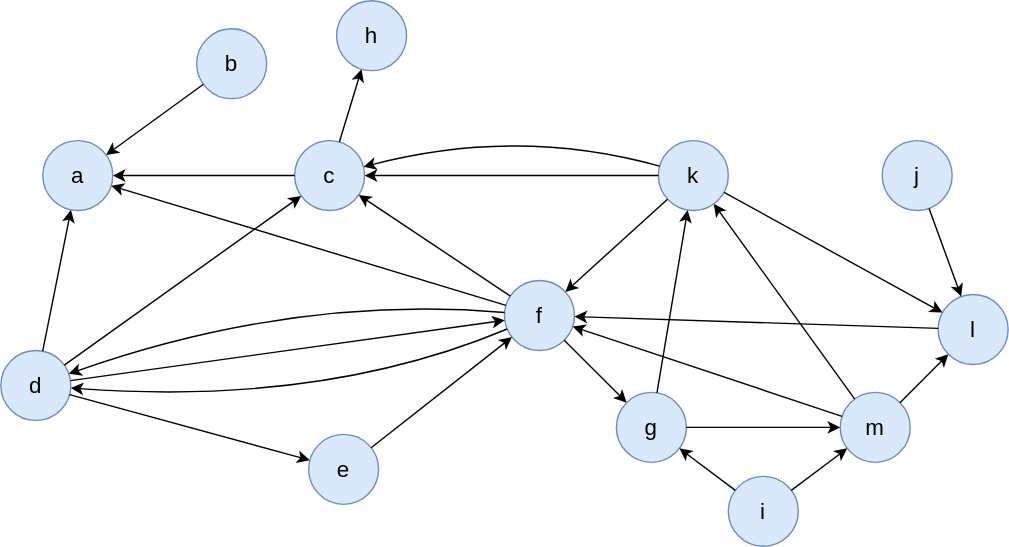
Above: graph-algorithms/pages/graph-structure/images/ktruss-example.drawio.svg in ultipa/ultipa-docs (draw.io), before the change. Source tidied: cells renumbered, new cells last; positions are measured from the earlier drawing's top-left corner, leaving out a move shared by most shapes. The source it was exported from:
```xml
<mxGraphModel>
  <root>
    <mxCell id="0" />
    <mxCell id="1" parent="0" />
    <mxCell id="2" value="b" style="ellipse;whiteSpace=wrap;html=1;fillColor=#dae8fc;strokeColor=#6c8ebf;fontSize=16;" parent="1" vertex="1">
      <mxGeometry x="140" y="20" width="50" height="50" as="geometry" />
    </mxCell>
    <mxCell id="3" value="d" style="ellipse;whiteSpace=wrap;html=1;fillColor=#dae8fc;strokeColor=#6c8ebf;fontSize=16;" parent="1" vertex="1">
      <mxGeometry y="250" width="50" height="50" as="geometry" />
    </mxCell>
    <mxCell id="4" value="a" style="ellipse;whiteSpace=wrap;html=1;fillColor=#dae8fc;strokeColor=#6c8ebf;fontSize=16;" parent="1" vertex="1">
      <mxGeometry x="30" y="100" width="50" height="50" as="geometry" />
    </mxCell>
    <mxCell id="5" style="endArrow=classic;html=1;endFill=1;fontSize=16;" parent="1" edge="1" source="2" target="4">
      <mxGeometry relative="1" as="geometry" />
    </mxCell>
    <mxCell id="6" value="c" style="ellipse;whiteSpace=wrap;html=1;fillColor=#dae8fc;strokeColor=#6c8ebf;fontSize=16;" parent="1" vertex="1">
      <mxGeometry x="210" y="100" width="50" height="50" as="geometry" />
    </mxCell>
    <mxCell id="7" style="endArrow=classic;html=1;endFill=1;fontSize=16;" parent="1" edge="1" source="3" target="6">
      <mxGeometry relative="1" as="geometry" />
    </mxCell>
    <mxCell id="8" style="endArrow=classic;html=1;endFill=1;fontSize=16;" parent="1" edge="1" source="6" target="4">
      <mxGeometry relative="1" as="geometry" />
    </mxCell>
    <mxCell id="9" value="h" style="ellipse;whiteSpace=wrap;html=1;fillColor=#dae8fc;strokeColor=#6c8ebf;fontSize=16;" parent="1" vertex="1">
      <mxGeometry x="240" width="50" height="50" as="geometry" />
    </mxCell>
    <mxCell id="10" value="f" style="ellipse;whiteSpace=wrap;html=1;fillColor=#dae8fc;strokeColor=#6c8ebf;fontSize=16;" parent="1" vertex="1">
      <mxGeometry x="360" y="200" width="50" height="50" as="geometry" />
    </mxCell>
    <mxCell id="11" value="k" style="ellipse;whiteSpace=wrap;html=1;fillColor=#dae8fc;strokeColor=#6c8ebf;fontSize=16;" parent="1" vertex="1">
      <mxGeometry x="470" y="100" width="50" height="50" as="geometry" />
    </mxCell>
    <mxCell id="12" style="endArrow=classic;html=1;endFill=1;fontSize=16;" parent="1" edge="1" source="3" target="4">
      <mxGeometry relative="1" as="geometry" />
    </mxCell>
    <mxCell id="13" style="endArrow=classic;html=1;endFill=1;fontSize=16;" parent="1" edge="1" source="6" target="9">
      <mxGeometry relative="1" as="geometry" />
    </mxCell>
    <mxCell id="14" style="endArrow=classic;html=1;endFill=1;fontSize=16;" parent="1" edge="1" source="10" target="4">
      <mxGeometry relative="1" as="geometry" />
    </mxCell>
    <mxCell id="15" style="endArrow=classic;html=1;endFill=1;fontSize=16;" parent="1" edge="1" source="11" target="6">
      <mxGeometry relative="1" as="geometry" />
    </mxCell>
    <mxCell id="16" style="endArrow=classic;html=1;endFill=1;fontSize=16;" parent="1" edge="1" source="11" target="10">
      <mxGeometry relative="1" as="geometry" />
    </mxCell>
    <mxCell id="17" style="endArrow=classic;html=1;endFill=1;fontSize=16;" parent="1" edge="1" source="3" target="10">
      <mxGeometry relative="1" as="geometry" />
    </mxCell>
    <mxCell id="18" style="endArrow=classic;html=1;endFill=1;fontSize=16;rounded=0;curved=1;" parent="1" edge="1" source="10" target="3">
      <mxGeometry relative="1" as="geometry">
        <Array as="points">
          <mxPoint x="230" y="290" />
        </Array>
      </mxGeometry>
    </mxCell>
    <mxCell id="19" style="endArrow=classic;html=1;endFill=1;fontSize=16;rounded=0;curved=1;" parent="1" edge="1" source="10" target="3">
      <mxGeometry relative="1" as="geometry">
        <Array as="points">
          <mxPoint x="210" y="210" />
        </Array>
      </mxGeometry>
    </mxCell>
    <mxCell id="20" value="e" style="ellipse;whiteSpace=wrap;html=1;fillColor=#dae8fc;strokeColor=#6c8ebf;fontSize=16;" parent="1" vertex="1">
      <mxGeometry x="220" y="310" width="50" height="50" as="geometry" />
    </mxCell>
    <mxCell id="21" style="endArrow=classic;html=1;endFill=1;fontSize=16;" parent="1" edge="1" source="3" target="20">
      <mxGeometry relative="1" as="geometry" />
    </mxCell>
    <mxCell id="22" style="endArrow=classic;html=1;endFill=1;fontSize=16;" parent="1" edge="1" source="20" target="10">
      <mxGeometry relative="1" as="geometry" />
    </mxCell>
    <mxCell id="23" style="endArrow=classic;html=1;endFill=1;fontSize=16;" parent="1" edge="1" source="10" target="6">
      <mxGeometry relative="1" as="geometry" />
    </mxCell>
    <mxCell id="24" style="endArrow=classic;html=1;endFill=1;fontSize=16;rounded=0;curved=1;" parent="1" edge="1" source="11" target="6">
      <mxGeometry relative="1" as="geometry">
        <Array as="points">
          <mxPoint x="370" y="90" />
        </Array>
      </mxGeometry>
    </mxCell>
    <mxCell id="25" value="g" style="ellipse;whiteSpace=wrap;html=1;fillColor=#dae8fc;strokeColor=#6c8ebf;fontSize=16;" parent="1" vertex="1">
      <mxGeometry x="440" y="280" width="50" height="50" as="geometry" />
    </mxCell>
    <mxCell id="26" value="m" style="ellipse;whiteSpace=wrap;html=1;fillColor=#dae8fc;strokeColor=#6c8ebf;fontSize=16;" parent="1" vertex="1">
      <mxGeometry x="600" y="280" width="50" height="50" as="geometry" />
    </mxCell>
    <mxCell id="27" value="i" style="ellipse;whiteSpace=wrap;html=1;fillColor=#dae8fc;strokeColor=#6c8ebf;fontSize=16;" parent="1" vertex="1">
      <mxGeometry x="520" y="340" width="50" height="50" as="geometry" />
    </mxCell>
    <mxCell id="28" value="l" style="ellipse;whiteSpace=wrap;html=1;fillColor=#dae8fc;strokeColor=#6c8ebf;fontSize=16;" parent="1" vertex="1">
      <mxGeometry x="670" y="210" width="50" height="50" as="geometry" />
    </mxCell>
    <mxCell id="29" value="j" style="ellipse;whiteSpace=wrap;html=1;fillColor=#dae8fc;strokeColor=#6c8ebf;fontSize=16;" parent="1" vertex="1">
      <mxGeometry x="630" y="100" width="50" height="50" as="geometry" />
    </mxCell>
    <mxCell id="30" style="endArrow=classic;html=1;endFill=1;fontSize=16;" parent="1" edge="1" source="11" target="28">
      <mxGeometry relative="1" as="geometry" />
    </mxCell>
    <mxCell id="31" style="endArrow=classic;html=1;endFill=1;fontSize=16;" parent="1" edge="1" source="29" target="28">
      <mxGeometry relative="1" as="geometry" />
    </mxCell>
    <mxCell id="32" style="endArrow=classic;html=1;endFill=1;fontSize=16;" parent="1" edge="1" source="28" target="10">
      <mxGeometry relative="1" as="geometry" />
    </mxCell>
    <mxCell id="33" style="endArrow=classic;html=1;endFill=1;fontSize=16;" parent="1" edge="1" source="10" target="25">
      <mxGeometry relative="1" as="geometry" />
    </mxCell>
    <mxCell id="34" style="endArrow=classic;html=1;endFill=1;fontSize=16;" parent="1" edge="1" source="25" target="26">
      <mxGeometry relative="1" as="geometry" />
    </mxCell>
    <mxCell id="35" style="endArrow=classic;html=1;endFill=1;fontSize=16;" parent="1" edge="1" source="26" target="28">
      <mxGeometry relative="1" as="geometry" />
    </mxCell>
    <mxCell id="36" style="endArrow=classic;html=1;endFill=1;fontSize=16;" parent="1" edge="1" source="27" target="25">
      <mxGeometry relative="1" as="geometry" />
    </mxCell>
    <mxCell id="37" style="endArrow=classic;html=1;endFill=1;fontSize=16;" parent="1" edge="1" source="27" target="26">
      <mxGeometry relative="1" as="geometry" />
    </mxCell>
    <mxCell id="38" style="endArrow=classic;html=1;endFill=1;fontSize=16;" parent="1" edge="1" source="25" target="11">
      <mxGeometry relative="1" as="geometry" />
    </mxCell>
    <mxCell id="39" style="endArrow=classic;html=1;endFill=1;fontSize=16;" parent="1" edge="1" source="26" target="11">
      <mxGeometry relative="1" as="geometry" />
    </mxCell>
    <mxCell id="40" style="endArrow=classic;html=1;endFill=1;fontSize=16;" parent="1" edge="1" source="26" target="10">
      <mxGeometry relative="1" as="geometry" />
    </mxCell>
  </root>
</mxGraphModel>
```
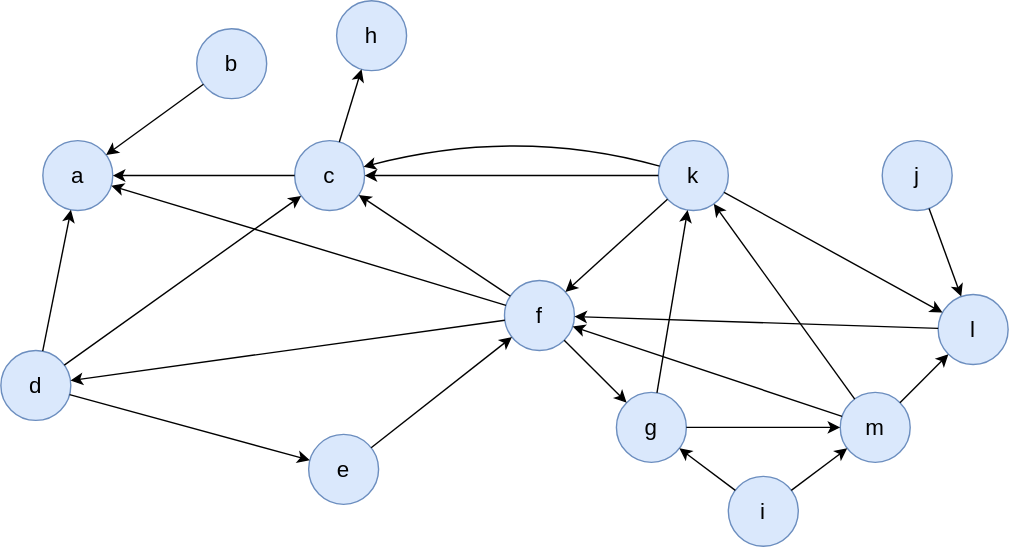
Above is the later version.

Change to the diagram source:
```diff
@@ -47,22 +47,8 @@
     <mxCell id="16" style="endArrow=classic;html=1;endFill=1;fontSize=16;" parent="1" edge="1" source="11" target="10">
       <mxGeometry relative="1" as="geometry" />
     </mxCell>
-    <mxCell id="17" style="endArrow=classic;html=1;endFill=1;fontSize=16;" parent="1" edge="1" source="3" target="10">
-      <mxGeometry relative="1" as="geometry" />
-    </mxCell>
-    <mxCell id="18" style="endArrow=classic;html=1;endFill=1;fontSize=16;rounded=0;curved=1;" parent="1" edge="1" source="10" target="3">
-      <mxGeometry relative="1" as="geometry">
-        <Array as="points">
-          <mxPoint x="230" y="290" />
-        </Array>
-      </mxGeometry>
-    </mxCell>
-    <mxCell id="19" style="endArrow=classic;html=1;endFill=1;fontSize=16;rounded=0;curved=1;" parent="1" edge="1" source="10" target="3">
-      <mxGeometry relative="1" as="geometry">
-        <Array as="points">
-          <mxPoint x="210" y="210" />
-        </Array>
-      </mxGeometry>
+    <mxCell id="19" style="endArrow=classic;html=1;endFill=1;fontSize=16;rounded=0;curved=0;" parent="1" edge="1" source="10" target="3">
+      <mxGeometry relative="1" as="geometry" />
     </mxCell>
     <mxCell id="20" value="e" style="ellipse;whiteSpace=wrap;html=1;fillColor=#dae8fc;strokeColor=#6c8ebf;fontSize=16;" parent="1" vertex="1">
       <mxGeometry x="220" y="310" width="50" height="50" as="geometry" />
```
